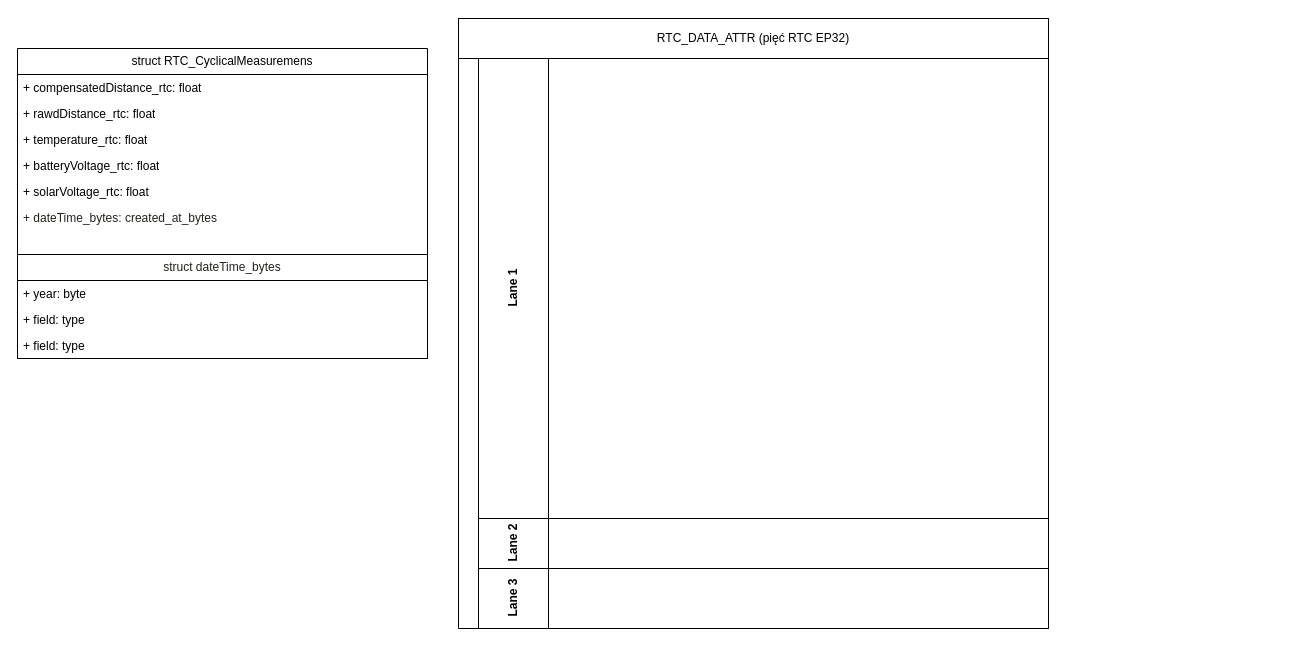
Above: strukty.drawio in meladxo/Studia__Projekty (draw.io), before the change. Source tidied: cells renumbered, new cells numbered last; positions are measured from the earlier drawing's top-left corner, leaving out a move shared by most shapes. Both pictures are drawn from the tidied source at 100%, with x=0, y=0 at pixel (17, 18).
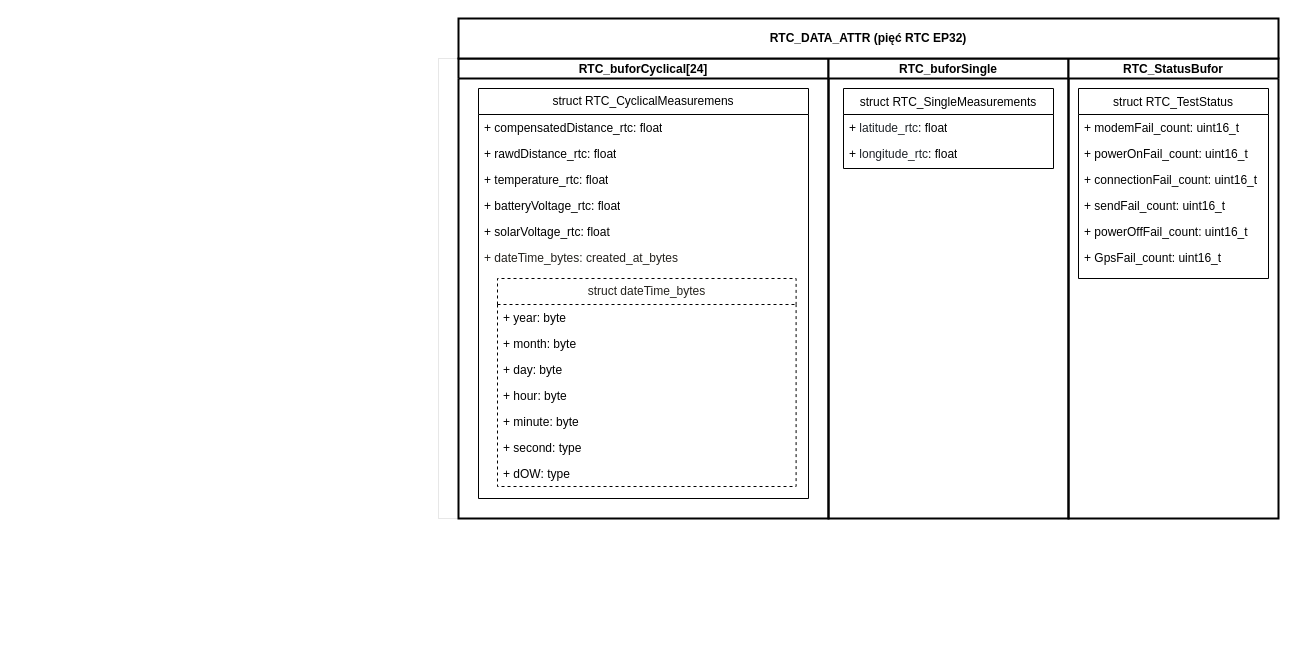
The same page after the edit.

Change to the diagram source:
```diff
@@
-    <mxCell id="2" style="swimlane;horizontal=0;startSize=20;html=1;align=center;" parent="1" vertex="1">
-      <mxGeometry x="441" y="40" width="590" height="570" as="geometry" />
-    </mxCell>
-    <mxCell id="3" value="Lane 1" style="swimlane;startSize=70;horizontal=0;html=1;" parent="2" vertex="1">
-      <mxGeometry x="20" width="570" height="460" as="geometry" />
-    </mxCell>
-    <mxCell id="4" value="Lane 2" style="swimlane;startSize=70;horizontal=0;html=1;" parent="2" vertex="1">
-      <mxGeometry x="20" y="460" width="570" height="50" as="geometry" />
-    </mxCell>
-    <mxCell id="5" value="Lane 3" style="swimlane;startSize=70;horizontal=0;html=1;" parent="2" vertex="1">
-      <mxGeometry x="20" y="510" width="570" height="60" as="geometry" />
-    </mxCell>
-    <mxCell id="6" value="RTC_DATA_ATTR (pięć RTC EP32)" style="rounded=0;whiteSpace=wrap;html=1;" parent="1" vertex="1">
-      <mxGeometry x="441" width="590" height="40" as="geometry" />
-    </mxCell>
+    <mxCell id="18" style="swimlane;startSize=20;horizontal=0;strokeWidth=0;fontColor=#000000;" parent="1" vertex="1">
+      <mxGeometry x="421" y="40" width="840" height="460" as="geometry" />
+    </mxCell>
+    <mxCell id="19" value="RTC_buforCyclical[24]" style="swimlane;startSize=20;strokeWidth=2;" parent="18" vertex="1">
+      <mxGeometry x="20" width="370" height="460" as="geometry" />
+    </mxCell>
+    <mxCell id="20" style="group;" parent="19" vertex="1">
+      <mxGeometry x="20" y="30" width="371" height="410" as="geometry" />
+    </mxCell>
-    <mxCell id="7" value="&lt;span style=&quot;text-align: start; caret-color: rgb(43, 145, 175); background-color: rgb(255, 255, 255);&quot;&gt;struct RTC_CyclicalMeasuremens&lt;/span&gt;" style="swimlane;fontStyle=0;horizontal=1;startSize=26;fillColor=none;whiteSpace=wrap;html=1;fontColor=#000000;" parent="1" vertex="1">
-      <mxGeometry y="30" width="410" height="310" as="geometry" />
+    <mxCell id="7" value="&lt;span style=&quot;text-align: start; caret-color: rgb(43, 145, 175); background-color: rgb(255, 255, 255);&quot;&gt;struct RTC_CyclicalMeasuremens&lt;/span&gt;" style="swimlane;fontStyle=0;horizontal=1;startSize=26;fillColor=none;whiteSpace=wrap;html=1;fontColor=#000000;" parent="20" vertex="1">
+      <mxGeometry width="330" height="410" as="geometry" />
     </mxCell>
     <mxCell id="8" value="+&amp;nbsp;&lt;span style=&quot;background-color: rgb(255, 255, 255);&quot;&gt;compensatedDistance_rtc&lt;/span&gt;: float" style="text;strokeColor=none;fillColor=none;align=left;verticalAlign=top;spacingLeft=4;spacingRight=4;overflow=hidden;whiteSpace=wrap;html=1;" parent="7" vertex="1">
-      <mxGeometry y="26" width="410" height="26" as="geometry" />
+      <mxGeometry y="26" width="330" height="26" as="geometry" />
     </mxCell>
     <mxCell id="9" value="+&amp;nbsp;&lt;span style=&quot;background-color: rgb(255, 255, 255);&quot;&gt;rawdDistance_rtc&lt;/span&gt;: float" style="text;strokeColor=none;fillColor=none;align=left;verticalAlign=top;spacingLeft=4;spacingRight=4;overflow=hidden;whiteSpace=wrap;html=1;" parent="7" vertex="1">
-      <mxGeometry y="52" width="410" height="26" as="geometry" />
+      <mxGeometry y="52" width="330" height="26" as="geometry" />
     </mxCell>
     <mxCell id="10" value="+&amp;nbsp;&lt;span style=&quot;background-color: rgb(255, 255, 255);&quot;&gt;temperature_rtc&lt;/span&gt;: float" style="text;strokeColor=none;fillColor=none;align=left;verticalAlign=top;spacingLeft=4;spacingRight=4;overflow=hidden;whiteSpace=wrap;html=1;" parent="7" vertex="1">
-      <mxGeometry y="78" width="410" height="26" as="geometry" />
+      <mxGeometry y="78" width="330" height="26" as="geometry" />
     </mxCell>
     <mxCell id="11" value="+&amp;nbsp;&lt;span style=&quot;background-color: rgb(255, 255, 255);&quot;&gt;batteryVoltage_rtc&lt;/span&gt;: float" style="text;strokeColor=none;fillColor=none;align=left;verticalAlign=top;spacingLeft=4;spacingRight=4;overflow=hidden;whiteSpace=wrap;html=1;" parent="7" vertex="1">
-      <mxGeometry y="104" width="410" height="26" as="geometry" />
+      <mxGeometry y="104" width="330" height="26" as="geometry" />
     </mxCell>
     <mxCell id="12" value="+&amp;nbsp;&lt;span style=&quot;background-color: rgb(255, 255, 255);&quot;&gt;solarVoltage_rtc&lt;/span&gt;: float" style="text;strokeColor=none;fillColor=none;align=left;verticalAlign=top;spacingLeft=4;spacingRight=4;overflow=hidden;whiteSpace=wrap;html=1;" parent="7" vertex="1">
-      <mxGeometry y="130" width="410" height="26" as="geometry" />
+      <mxGeometry y="130" width="330" height="26" as="geometry" />
     </mxCell>
     <mxCell id="13" value="&lt;span style=&quot;color: rgb(36, 34, 29);&quot;&gt;+&amp;nbsp;&lt;span style=&quot;background-color: rgb(255, 255, 255);&quot;&gt;dateTime_bytes&lt;/span&gt;:&amp;nbsp;&lt;span style=&quot;background-color: rgb(255, 255, 255);&quot;&gt;created_at_bytes&lt;/span&gt;&lt;/span&gt;" style="text;strokeColor=none;fillColor=none;align=left;verticalAlign=top;spacingLeft=4;spacingRight=4;overflow=hidden;whiteSpace=wrap;html=1;" parent="7" vertex="1">
-      <mxGeometry y="156" width="410" height="50" as="geometry" />
+      <mxGeometry y="156" width="330" height="254" as="geometry" />
     </mxCell>
-    <mxCell id="14" value="struct&amp;nbsp;&lt;span style=&quot;text-align: left; caret-color: rgb(43, 145, 175); background-color: rgb(255, 255, 255);&quot;&gt;dateTime_bytes&lt;/span&gt;" style="swimlane;fontStyle=0;horizontal=1;startSize=26;fillColor=none;whiteSpace=wrap;html=1;fontColor=#24221D;" parent="7" vertex="1">
-      <mxGeometry y="206" width="410" height="104" as="geometry" />
+    <mxCell id="14" value="struct&amp;nbsp;&lt;span style=&quot;text-align: left; caret-color: rgb(43, 145, 175); background-color: rgb(255, 255, 255);&quot;&gt;dateTime_bytes&lt;/span&gt;" style="swimlane;fontStyle=0;horizontal=1;startSize=26;fillColor=none;whiteSpace=wrap;html=1;fontColor=#24221D;dashed=1;" parent="20" vertex="1">
+      <mxGeometry x="19" y="190" width="298.6" height="208" as="geometry" />
     </mxCell>
     <mxCell id="15" value="+&amp;nbsp;&lt;span style=&quot;background-color: rgb(255, 255, 255);&quot;&gt;year&lt;/span&gt;: byte" style="text;strokeColor=none;fillColor=none;align=left;verticalAlign=top;spacingLeft=4;spacingRight=4;overflow=hidden;whiteSpace=wrap;html=1;fontColor=#000000;" parent="14" vertex="1">
-      <mxGeometry y="26" width="410" height="26" as="geometry" />
+      <mxGeometry y="26" width="298.6" height="26" as="geometry" />
     </mxCell>
-    <mxCell id="16" value="+ field: type" style="text;strokeColor=none;fillColor=none;align=left;verticalAlign=top;spacingLeft=4;spacingRight=4;overflow=hidden;whiteSpace=wrap;html=1;" parent="14" vertex="1">
-      <mxGeometry y="52" width="410" height="26" as="geometry" />
-    </mxCell>
-    <mxCell id="17" value="+ field: type" style="text;strokeColor=none;fillColor=none;align=left;verticalAlign=top;spacingLeft=4;spacingRight=4;overflow=hidden;whiteSpace=wrap;html=1;" parent="14" vertex="1">
-      <mxGeometry y="78" width="410" height="26" as="geometry" />
-    </mxCell>
+    <mxCell id="21" value="+&amp;nbsp;&lt;span style=&quot;background-color: rgb(255, 255, 255);&quot;&gt;month&lt;/span&gt;: byte" style="text;strokeColor=none;fillColor=none;align=left;verticalAlign=top;spacingLeft=4;spacingRight=4;overflow=hidden;whiteSpace=wrap;html=1;fontColor=#000000;" parent="14" vertex="1">
+      <mxGeometry y="52" width="298.6" height="26" as="geometry" />
+    </mxCell>
+    <mxCell id="22" value="+ d&lt;span style=&quot;background-color: rgb(255, 255, 255);&quot;&gt;ay&lt;/span&gt;: byte" style="text;strokeColor=none;fillColor=none;align=left;verticalAlign=top;spacingLeft=4;spacingRight=4;overflow=hidden;whiteSpace=wrap;html=1;fontColor=#000000;" parent="14" vertex="1">
+      <mxGeometry y="78" width="298.6" height="26" as="geometry" />
+    </mxCell>
+    <mxCell id="23" value="+&amp;nbsp;&lt;span style=&quot;background-color: rgb(255, 255, 255);&quot;&gt;hour&lt;/span&gt;: byte" style="text;strokeColor=none;fillColor=none;align=left;verticalAlign=top;spacingLeft=4;spacingRight=4;overflow=hidden;whiteSpace=wrap;html=1;fontColor=#000000;" parent="14" vertex="1">
+      <mxGeometry y="104" width="298.6" height="26" as="geometry" />
+    </mxCell>
+    <mxCell id="24" value="+&amp;nbsp;&lt;span style=&quot;background-color: rgb(255, 255, 255);&quot;&gt;minute&lt;/span&gt;: byte" style="text;strokeColor=none;fillColor=none;align=left;verticalAlign=top;spacingLeft=4;spacingRight=4;overflow=hidden;whiteSpace=wrap;html=1;fontColor=#000000;" parent="14" vertex="1">
+      <mxGeometry y="130" width="298.6" height="26" as="geometry" />
+    </mxCell>
+    <mxCell id="25" value="+ second: type" style="text;strokeColor=none;fillColor=none;align=left;verticalAlign=top;spacingLeft=4;spacingRight=4;overflow=hidden;whiteSpace=wrap;html=1;" parent="14" vertex="1">
+      <mxGeometry y="156" width="298.6" height="26" as="geometry" />
+    </mxCell>
+    <mxCell id="26" value="+ dO&lt;span style=&quot;font-size: 12px;&quot;&gt;W: type&lt;/span&gt;" style="text;strokeColor=none;fillColor=none;align=left;verticalAlign=top;spacingLeft=4;spacingRight=4;overflow=hidden;whiteSpace=wrap;html=1;" parent="14" vertex="1">
+      <mxGeometry y="182" width="298.6" height="26" as="geometry" />
+    </mxCell>
+    <mxCell id="27" value="RTC_buforSingle" style="swimlane;startSize=20;strokeWidth=2;fontColor=#000000;" parent="18" vertex="1">
+      <mxGeometry x="390" width="240" height="460" as="geometry" />
+    </mxCell>
+    <mxCell id="28" value="&lt;div style=&quot;line-height: 18px; background-color: rgb(255, 255, 255);&quot;&gt;&lt;span style=&quot;color: light-dark(rgb(0, 0, 0), rgb(0, 0, 0));&quot;&gt;struct RTC_SingleMeasurements&lt;/span&gt;&lt;/div&gt;" style="swimlane;fontStyle=0;horizontal=1;startSize=26;fillColor=none;whiteSpace=wrap;html=1;fontColor=#000000;" parent="27" vertex="1">
+      <mxGeometry x="15" y="30" width="210" height="80" as="geometry" />
+    </mxCell>
+    <mxCell id="29" value="+&amp;nbsp;&lt;span style=&quot;caret-color: rgb(31, 35, 40); color: rgb(31, 35, 40); background-color: rgb(255, 255, 255);&quot;&gt;latitude_rtc&lt;/span&gt;: float" style="text;strokeColor=none;fillColor=none;align=left;verticalAlign=top;spacingLeft=4;spacingRight=4;overflow=hidden;whiteSpace=wrap;html=1;" parent="28" vertex="1">
+      <mxGeometry y="26" width="210" height="26" as="geometry" />
+    </mxCell>
+    <mxCell id="30" value="+&amp;nbsp;&lt;span style=&quot;caret-color: rgb(31, 35, 40); color: rgb(31, 35, 40); background-color: rgb(255, 255, 255);&quot;&gt;longitude_rtc&lt;/span&gt;: float" style="text;strokeColor=none;fillColor=none;align=left;verticalAlign=top;spacingLeft=4;spacingRight=4;overflow=hidden;whiteSpace=wrap;html=1;" parent="28" vertex="1">
+      <mxGeometry y="52" width="210" height="28" as="geometry" />
+    </mxCell>
+    <mxCell id="31" value="RTC_StatusBufor" style="swimlane;startSize=20;strokeWidth=2;" parent="18" vertex="1">
+      <mxGeometry x="630" width="210" height="460" as="geometry" />
+    </mxCell>
+    <mxCell id="32" value="&lt;div style=&quot;line-height: 18px; background-color: rgb(255, 255, 255);&quot;&gt;&lt;span style=&quot;color: light-dark(rgb(0, 0, 0), rgb(36, 34, 29));&quot;&gt;struct&amp;nbsp;&lt;span style=&quot;text-align: start;&quot;&gt;RTC_TestStatus&lt;/span&gt;&lt;/span&gt;&lt;/div&gt;" style="swimlane;fontStyle=0;horizontal=1;startSize=26;fillColor=none;whiteSpace=wrap;html=1;fontColor=#000000;" parent="31" vertex="1">
+      <mxGeometry x="10" y="30" width="190" height="190" as="geometry" />
+    </mxCell>
+    <mxCell id="33" value="+&amp;nbsp;&lt;span style=&quot;font-size: 12.000001px; background-color: rgb(255, 255, 255);&quot;&gt;modemFail_count&lt;/span&gt;:&amp;nbsp;uint16_t" style="text;strokeColor=none;fillColor=none;align=left;verticalAlign=top;spacingLeft=4;spacingRight=4;overflow=hidden;whiteSpace=wrap;html=1;" parent="32" vertex="1">
+      <mxGeometry y="26" width="190" height="26" as="geometry" />
+    </mxCell>
+    <mxCell id="34" value="&lt;span style=&quot;font-size: 12.000001px;&quot;&gt;&lt;span style=&quot;font-size: 12.000001px;&quot;&gt;+&amp;nbsp;&lt;/span&gt;powerOnFail_count:&amp;nbsp;&lt;/span&gt;&lt;span style=&quot;font-size: 12.000001px;&quot;&gt;uint16_t&lt;/span&gt;" style="text;strokeColor=none;fillColor=none;align=left;verticalAlign=top;spacingLeft=4;spacingRight=4;overflow=hidden;whiteSpace=wrap;html=1;labelBackgroundColor=default;" parent="32" vertex="1">
+      <mxGeometry y="52" width="190" height="26" as="geometry" />
+    </mxCell>
+    <mxCell id="35" value="&lt;span style=&quot;font-size: 12.000001px;&quot;&gt;&lt;span style=&quot;font-size: 12.000001px;&quot;&gt;+&amp;nbsp;&lt;/span&gt;connectionFail_count:&amp;nbsp;&lt;/span&gt;&lt;span style=&quot;font-size: 12.000001px;&quot;&gt;uint16_t&lt;/span&gt;" style="text;strokeColor=none;fillColor=none;align=left;verticalAlign=top;spacingLeft=4;spacingRight=4;overflow=hidden;whiteSpace=wrap;html=1;labelBackgroundColor=default;" parent="32" vertex="1">
+      <mxGeometry y="78" width="190" height="26" as="geometry" />
+    </mxCell>
+    <mxCell id="36" value="&lt;span style=&quot;font-size: 12.000001px;&quot;&gt;&lt;span style=&quot;font-size: 12.000001px;&quot;&gt;+&amp;nbsp;&lt;/span&gt;&lt;/span&gt;&lt;span style=&quot;font-size: 12.000001px;&quot;&gt;sendFail_count:&amp;nbsp;&lt;/span&gt;&lt;span style=&quot;font-size: 12.000001px;&quot;&gt;uint16_t&lt;/span&gt;" style="text;strokeColor=none;fillColor=none;align=left;verticalAlign=top;spacingLeft=4;spacingRight=4;overflow=hidden;whiteSpace=wrap;html=1;labelBackgroundColor=default;" parent="32" vertex="1">
+      <mxGeometry y="104" width="190" height="26" as="geometry" />
+    </mxCell>
+    <mxCell id="37" value="&lt;span style=&quot;font-size: 12.000001px;&quot;&gt;&lt;span style=&quot;font-size: 12.000001px;&quot;&gt;+&amp;nbsp;&lt;/span&gt;powerOffFail_count:&amp;nbsp;&lt;/span&gt;&lt;span style=&quot;font-size: 12.000001px;&quot;&gt;uint16_t&lt;/span&gt;" style="text;strokeColor=none;fillColor=none;align=left;verticalAlign=top;spacingLeft=4;spacingRight=4;overflow=hidden;whiteSpace=wrap;html=1;labelBorderColor=none;labelBackgroundColor=default;" parent="32" vertex="1">
+      <mxGeometry y="130" width="190" height="26" as="geometry" />
+    </mxCell>
+    <mxCell id="38" value="&lt;span style=&quot;font-size: 12.000001px;&quot;&gt;&lt;span style=&quot;font-size: 12.000001px;&quot;&gt;+&amp;nbsp;&lt;/span&gt;GpsFail_count:&amp;nbsp;&lt;/span&gt;&lt;span style=&quot;font-size: 12.000001px;&quot;&gt;uint16_t&lt;/span&gt;" style="text;strokeColor=none;fillColor=none;align=left;verticalAlign=top;spacingLeft=4;spacingRight=4;overflow=hidden;whiteSpace=wrap;html=1;labelBackgroundColor=default;" parent="32" vertex="1">
+      <mxGeometry y="156" width="190" height="34" as="geometry" />
+    </mxCell>
+    <mxCell id="6" value="&lt;b&gt;RTC_DATA_ATTR (pięć RTC EP32)&lt;/b&gt;" style="rounded=0;whiteSpace=wrap;html=1;strokeWidth=2;" parent="1" vertex="1">
+      <mxGeometry x="441" width="820" height="40" as="geometry" />
+    </mxCell>
```
